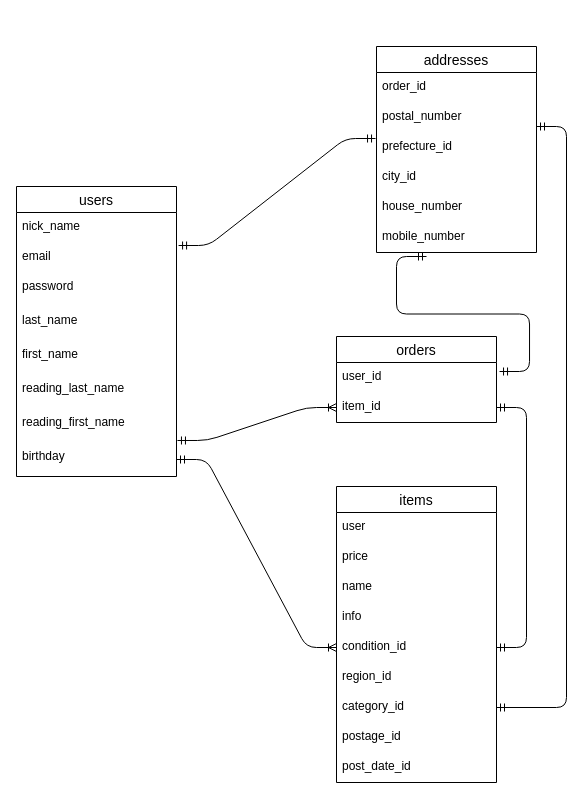
naririri/furima-36244 keeps this draw.io diagram as furima_ER.dio. Above is the earlier version. Source tidied: cells renumbered, new cells numbered last; positions are measured from the earlier drawing's top-left corner, leaving out a move shared by most shapes. Both pictures are drawn from the tidied source at 100%, with x=0, y=0 at pixel (16, 46).
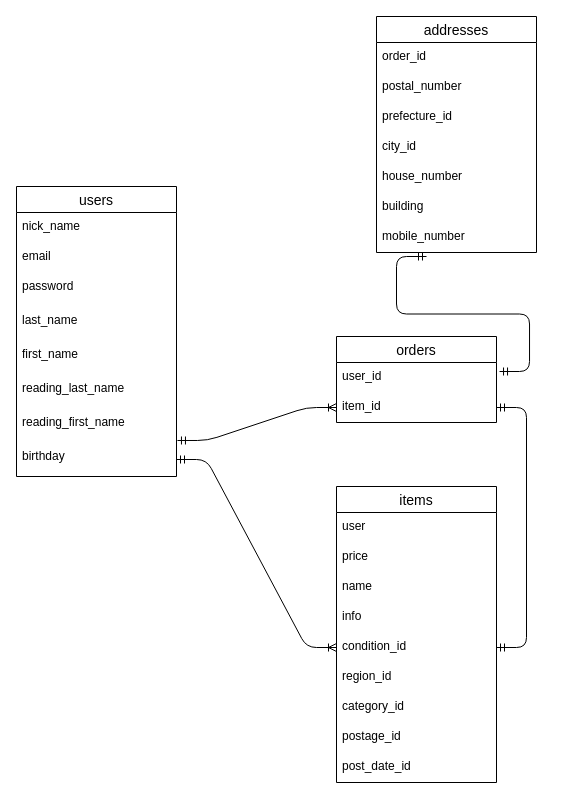
After the change.

Commit message (it also covers changes not shown here):
Issue3再再々提出

Unchanged cells that the change refers to:
```xml
<mxCell id="4" value="email" style="text;strokeColor=none;fillColor=none;spacingLeft=4;spacingRight=4;overflow=hidden;points=[[0,0.5],[1,0.5]];portConstraint=eastwest;fontSize=12;" parent="2" vertex="1">
  <mxGeometry y="56" width="160" height="30" as="geometry" />
</mxCell>
<mxCell id="18" value="category_id" style="text;strokeColor=none;fillColor=none;spacingLeft=4;spacingRight=4;overflow=hidden;points=[[0,0.5],[1,0.5]];portConstraint=eastwest;fontSize=12;" parent="11" vertex="1">
  <mxGeometry y="206" width="160" height="30" as="geometry" />
</mxCell>
<mxCell id="24" value="prefecture_id" style="text;strokeColor=none;fillColor=none;spacingLeft=4;spacingRight=4;overflow=hidden;points=[[0,0.5],[1,0.5]];portConstraint=eastwest;fontSize=12;" parent="21" vertex="1">
  <mxGeometry y="86" width="160" height="30" as="geometry" />
</mxCell>
```

What changed in the source:
```diff
@@
     <mxCell id="21" value="addresses" style="swimlane;fontStyle=0;horizontal=1;startSize=26;align=center;fontSize=14;" parent="1" vertex="1">
-      <mxGeometry x="360" width="160" height="206" as="geometry" />
+      <mxGeometry x="360" y="-30" width="160" height="236" as="geometry" />
     </mxCell>
@@
+    <mxCell id="37" value="building" style="text;strokeColor=none;fillColor=none;spacingLeft=4;spacingRight=4;overflow=hidden;fontSize=12;" parent="21" vertex="1">
+      <mxGeometry y="176" width="160" height="30" as="geometry" />
+    </mxCell>
     <mxCell id="27" value="mobile_number" style="text;strokeColor=none;fillColor=none;spacingLeft=4;spacingRight=4;overflow=hidden;fontSize=12;" parent="21" vertex="1">
-      <mxGeometry y="176" width="160" height="30" as="geometry" />
+      <mxGeometry y="206" width="160" height="30" as="geometry" />
     </mxCell>
@@
-    <mxCell id="33" style="edgeStyle=entityRelationEdgeStyle;fontSize=12;html=1;endArrow=ERmandOne;startArrow=ERmandOne;exitX=1.013;exitY=0.1;exitDx=0;exitDy=0;exitPerimeter=0;entryX=-0.006;entryY=0.2;entryDx=0;entryDy=0;entryPerimeter=0;" parent="1" edge="1" source="4" target="24">
-      <mxGeometry relative="1" as="geometry" />
-    </mxCell>
-    <mxCell id="34" style="edgeStyle=entityRelationEdgeStyle;fontSize=12;html=1;endArrow=ERmandOne;startArrow=ERmandOne;entryX=1;entryY=0.5;entryDx=0;entryDy=0;" parent="1" edge="1" target="18">
-      <mxGeometry relative="1" as="geometry">
-        <mxPoint x="520" y="80" as="sourcePoint" />
-      </mxGeometry>
-    </mxCell>
```
